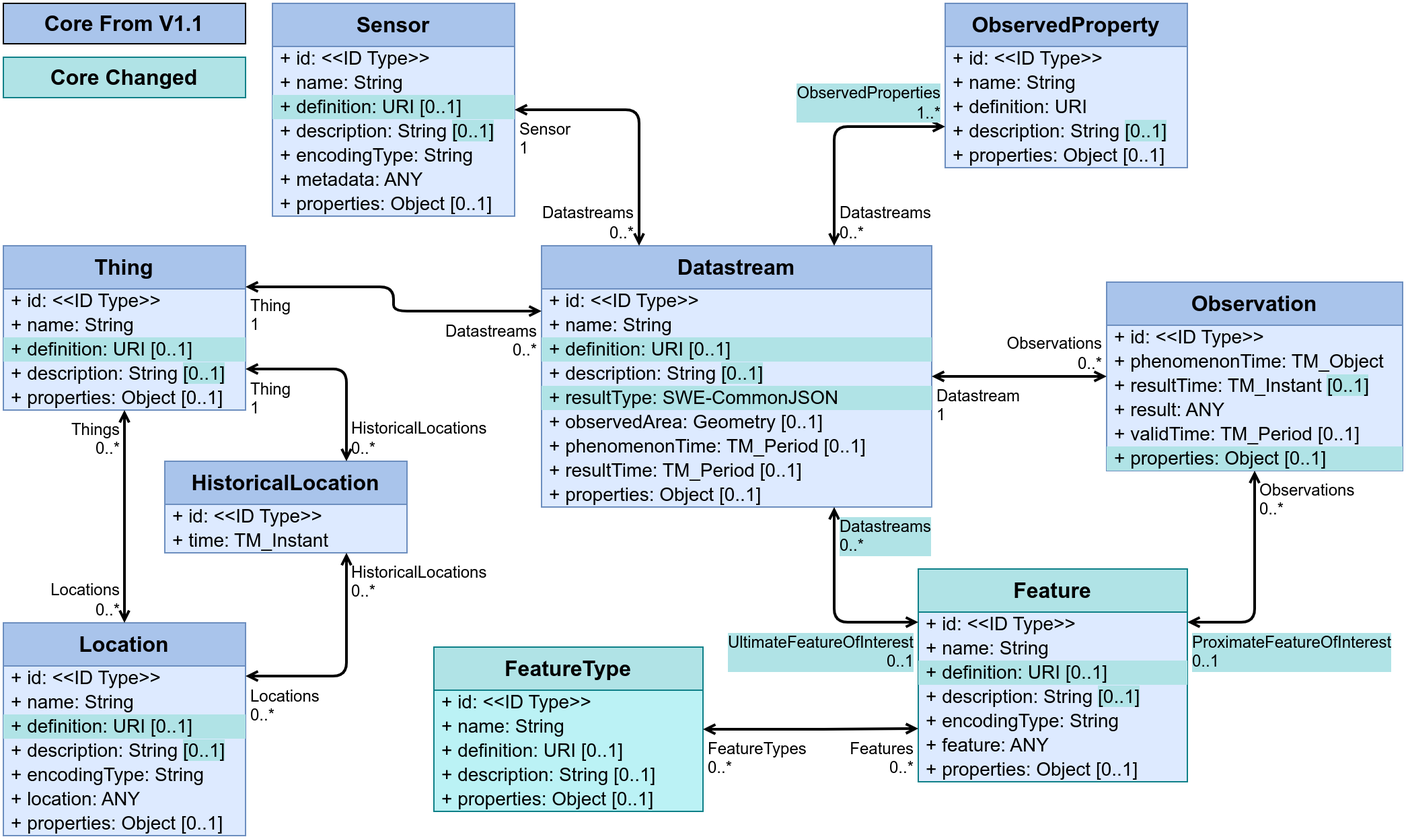
Earlier version of the draw.io export figures/Datamodel-SensorThingsApi-V2-Core-changed.drawio.png (opengeospatial/sensorthings). Source tidied: cells renumbered, new cells last; positions are measured from the earlier drawing's top-left corner, leaving out a move shared by most shapes.
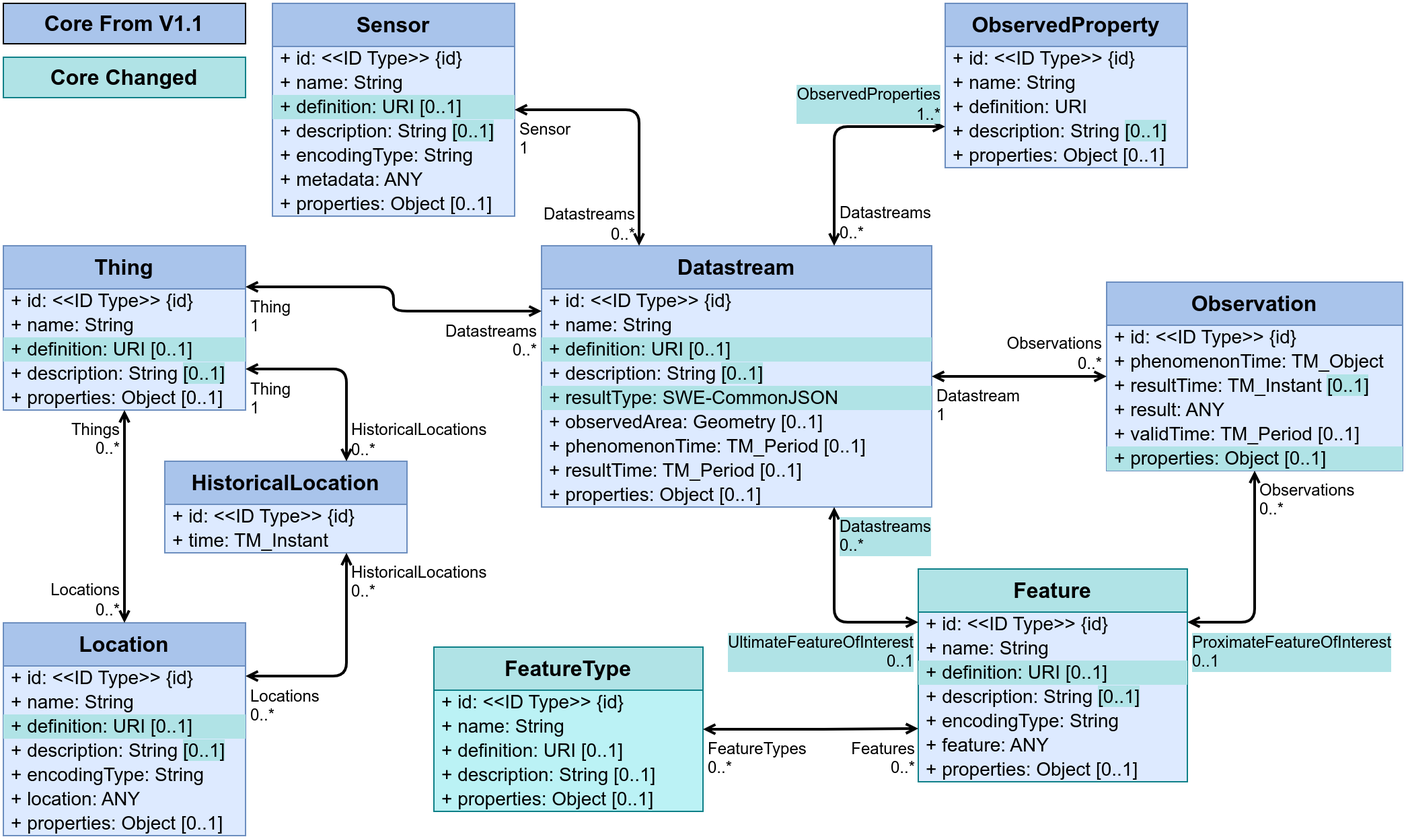
After the commit.

Commit message:
Updated images with UML {id} annotation

The edit, as a diff of the source:
```diff
@@ -5,7 +5,7 @@
     <mxCell id="2" value="Datastream" style="swimlane;fontStyle=1;horizontal=1;startSize=32;fontSize=16;whiteSpace=wrap;html=1;fillColor=#A9C4EB;strokeColor=#6c8ebf;swimlaneFillColor=#DDEAFF;verticalAlign=top;" parent="1" vertex="1">
       <mxGeometry x="400" y="180" width="290" height="194" as="geometry" />
     </mxCell>
-    <mxCell id="3" value="+&amp;nbsp;id: &amp;lt;&amp;lt;ID Type&amp;gt;&amp;gt;" style="text;strokeColor=none;fillColor=none;align=left;verticalAlign=middle;spacingLeft=4;spacingRight=4;overflow=visible;html=1;fontSize=14;" parent="2" vertex="1">
+    <mxCell id="3" value="+&amp;nbsp;id: &amp;lt;&amp;lt;ID Type&amp;gt;&amp;gt;&amp;nbsp;{id}" style="text;strokeColor=none;fillColor=none;align=left;verticalAlign=middle;spacingLeft=4;spacingRight=4;overflow=visible;html=1;fontSize=14;" parent="2" vertex="1">
       <mxGeometry y="32" width="290" height="18" as="geometry" />
     </mxCell>
     <mxCell id="4" value="+ name: String" style="text;strokeColor=none;fillColor=none;align=left;verticalAlign=middle;spacingLeft=4;spacingRight=4;overflow=visible;html=1;fontSize=14;" parent="2" vertex="1">
@@ -35,7 +35,7 @@
     <mxCell id="12" value="Feature" style="swimlane;fontStyle=1;horizontal=1;startSize=32;fontSize=16;whiteSpace=wrap;html=1;fillColor=#b0e3e6;strokeColor=#0e8088;swimlaneFillColor=#DDEAFF;verticalAlign=top;" parent="1" vertex="1">
       <mxGeometry x="680" y="420" width="200" height="158" as="geometry" />
     </mxCell>
-    <mxCell id="13" value="+&amp;nbsp;id: &amp;lt;&amp;lt;ID Type&amp;gt;&amp;gt;" style="text;strokeColor=none;fillColor=none;align=left;verticalAlign=middle;spacingLeft=4;spacingRight=4;overflow=visible;html=1;fontSize=14;" parent="12" vertex="1">
+    <mxCell id="13" value="+&amp;nbsp;id: &amp;lt;&amp;lt;ID Type&amp;gt;&amp;gt;&amp;nbsp;{id}" style="text;strokeColor=none;fillColor=none;align=left;verticalAlign=middle;spacingLeft=4;spacingRight=4;overflow=visible;html=1;fontSize=14;" parent="12" vertex="1">
       <mxGeometry y="32" width="200" height="18" as="geometry" />
     </mxCell>
     <mxCell id="14" value="+ name: String" style="text;strokeColor=none;fillColor=none;align=left;verticalAlign=middle;spacingLeft=4;spacingRight=4;overflow=visible;html=1;fontSize=14;" parent="12" vertex="1">
@@ -68,7 +68,7 @@
     <mxCell id="23" value="FeatureType" style="swimlane;fontStyle=1;horizontal=1;startSize=32;fontSize=16;whiteSpace=wrap;html=1;fillColor=#b0e3e6;strokeColor=#0e8088;swimlaneFillColor=#BBF2F5;verticalAlign=top;" parent="1" vertex="1">
       <mxGeometry x="320" y="478" width="200" height="122" as="geometry" />
     </mxCell>
-    <mxCell id="24" value="+&amp;nbsp;id: &amp;lt;&amp;lt;ID Type&amp;gt;&amp;gt;" style="text;strokeColor=none;fillColor=none;align=left;verticalAlign=middle;spacingLeft=4;spacingRight=4;overflow=visible;html=1;fontSize=14;" parent="23" vertex="1">
+    <mxCell id="24" value="+&amp;nbsp;id: &amp;lt;&amp;lt;ID Type&amp;gt;&amp;gt;&amp;nbsp;{id}" style="text;strokeColor=none;fillColor=none;align=left;verticalAlign=middle;spacingLeft=4;spacingRight=4;overflow=visible;html=1;fontSize=14;" parent="23" vertex="1">
       <mxGeometry y="32" width="200" height="18" as="geometry" />
     </mxCell>
     <mxCell id="25" value="+ name: String" style="text;strokeColor=none;fillColor=none;align=left;verticalAlign=middle;spacingLeft=4;spacingRight=4;overflow=visible;html=1;fontSize=14;" parent="23" vertex="1">
@@ -95,7 +95,7 @@
     <mxCell id="32" value="HistoricalLocation" style="swimlane;fontStyle=1;horizontal=1;startSize=32;fontSize=16;whiteSpace=wrap;html=1;fillColor=#A9C4EB;strokeColor=#6c8ebf;swimlaneFillColor=#DDEAFF;verticalAlign=top;" parent="1" vertex="1">
       <mxGeometry x="120" y="340" width="180" height="68" as="geometry" />
     </mxCell>
-    <mxCell id="33" value="+&amp;nbsp;id: &amp;lt;&amp;lt;ID Type&amp;gt;&amp;gt;" style="text;strokeColor=none;fillColor=none;align=left;verticalAlign=middle;spacingLeft=4;spacingRight=4;overflow=visible;html=1;fontSize=14;" parent="32" vertex="1">
+    <mxCell id="33" value="+&amp;nbsp;id: &amp;lt;&amp;lt;ID Type&amp;gt;&amp;gt;&amp;nbsp;{id}" style="text;strokeColor=none;fillColor=none;align=left;verticalAlign=middle;spacingLeft=4;spacingRight=4;overflow=visible;html=1;fontSize=14;" parent="32" vertex="1">
       <mxGeometry y="32" width="180" height="18" as="geometry" />
     </mxCell>
     <mxCell id="34" value="+ time: TM_Instant" style="text;strokeColor=none;fillColor=none;align=left;verticalAlign=middle;spacingLeft=4;spacingRight=4;overflow=visible;html=1;fontSize=14;" parent="32" vertex="1">
@@ -104,7 +104,7 @@
     <mxCell id="35" value="Location" style="swimlane;fontStyle=1;horizontal=1;startSize=32;fontSize=16;whiteSpace=wrap;html=1;fillColor=#A9C4EB;strokeColor=#6c8ebf;swimlaneFillColor=#DDEAFF;verticalAlign=top;" parent="1" vertex="1">
       <mxGeometry y="460" width="180" height="158" as="geometry" />
     </mxCell>
-    <mxCell id="36" value="+&amp;nbsp;id: &amp;lt;&amp;lt;ID Type&amp;gt;&amp;gt;" style="text;strokeColor=none;fillColor=none;align=left;verticalAlign=middle;spacingLeft=4;spacingRight=4;overflow=visible;html=1;fontSize=14;" parent="35" vertex="1">
+    <mxCell id="36" value="+&amp;nbsp;id: &amp;lt;&amp;lt;ID Type&amp;gt;&amp;gt;&amp;nbsp;{id}" style="text;strokeColor=none;fillColor=none;align=left;verticalAlign=middle;spacingLeft=4;spacingRight=4;overflow=visible;html=1;fontSize=14;" parent="35" vertex="1">
       <mxGeometry y="32" width="180" height="18" as="geometry" />
     </mxCell>
     <mxCell id="37" value="+ name: String" style="text;strokeColor=none;fillColor=none;align=left;verticalAlign=middle;spacingLeft=4;spacingRight=4;overflow=visible;html=1;fontSize=14;" parent="35" vertex="1">
@@ -137,7 +137,7 @@
     <mxCell id="46" value="Observation" style="swimlane;fontStyle=1;horizontal=1;startSize=32;fontSize=16;whiteSpace=wrap;html=1;fillColor=#A9C4EB;strokeColor=#6c8ebf;swimlaneFillColor=#DDEAFF;verticalAlign=top;" parent="1" vertex="1">
       <mxGeometry x="820" y="207" width="220" height="140" as="geometry" />
     </mxCell>
-    <mxCell id="47" value="+&amp;nbsp;id: &amp;lt;&amp;lt;ID Type&amp;gt;&amp;gt;" style="text;strokeColor=none;fillColor=none;align=left;verticalAlign=middle;spacingLeft=4;spacingRight=4;overflow=visible;html=1;fontSize=14;" parent="46" vertex="1">
+    <mxCell id="47" value="+&amp;nbsp;id: &amp;lt;&amp;lt;ID Type&amp;gt;&amp;gt;&amp;nbsp;{id}" style="text;strokeColor=none;fillColor=none;align=left;verticalAlign=middle;spacingLeft=4;spacingRight=4;overflow=visible;html=1;fontSize=14;" parent="46" vertex="1">
       <mxGeometry y="32" width="220" height="18" as="geometry" />
     </mxCell>
     <mxCell id="48" value="+&amp;nbsp;phenomenonTime: TM_Object" style="text;strokeColor=none;fillColor=none;align=left;verticalAlign=middle;spacingLeft=4;spacingRight=4;overflow=visible;html=1;fontSize=14;" parent="46" vertex="1">
@@ -176,7 +176,7 @@
     <mxCell id="59" value="ObservedProperty" style="swimlane;fontStyle=1;horizontal=1;startSize=32;fontSize=16;whiteSpace=wrap;html=1;fillColor=#A9C4EB;strokeColor=#6c8ebf;swimlaneFillColor=#DDEAFF;verticalAlign=top;" parent="1" vertex="1">
       <mxGeometry x="700" width="180" height="122" as="geometry" />
     </mxCell>
-    <mxCell id="60" value="+&amp;nbsp;id: &amp;lt;&amp;lt;ID Type&amp;gt;&amp;gt;" style="text;strokeColor=none;fillColor=none;align=left;verticalAlign=middle;spacingLeft=4;spacingRight=4;overflow=visible;html=1;fontSize=14;" parent="59" vertex="1">
+    <mxCell id="60" value="+&amp;nbsp;id: &amp;lt;&amp;lt;ID Type&amp;gt;&amp;gt;&amp;nbsp;{id}" style="text;strokeColor=none;fillColor=none;align=left;verticalAlign=middle;spacingLeft=4;spacingRight=4;overflow=visible;html=1;fontSize=14;" parent="59" vertex="1">
       <mxGeometry y="32" width="180" height="18" as="geometry" />
     </mxCell>
     <mxCell id="61" value="+ name: String" style="text;strokeColor=none;fillColor=none;align=left;verticalAlign=middle;spacingLeft=4;spacingRight=4;overflow=visible;html=1;fontSize=14;" parent="59" vertex="1">
@@ -203,7 +203,7 @@
     <mxCell id="68" value="Sensor" style="swimlane;fontStyle=1;horizontal=1;startSize=32;fontSize=16;whiteSpace=wrap;html=1;fillColor=#A9C4EB;strokeColor=#6c8ebf;swimlaneFillColor=#DDEAFF;verticalAlign=top;" parent="1" vertex="1">
       <mxGeometry x="200" width="180" height="158" as="geometry" />
     </mxCell>
-    <mxCell id="69" value="+&amp;nbsp;id: &amp;lt;&amp;lt;ID Type&amp;gt;&amp;gt;" style="text;strokeColor=none;fillColor=none;align=left;verticalAlign=middle;spacingLeft=4;spacingRight=4;overflow=visible;html=1;fontSize=14;" parent="68" vertex="1">
+    <mxCell id="69" value="+&amp;nbsp;id: &amp;lt;&amp;lt;ID Type&amp;gt;&amp;gt;&amp;nbsp;{id}" style="text;strokeColor=none;fillColor=none;align=left;verticalAlign=middle;spacingLeft=4;spacingRight=4;overflow=visible;html=1;fontSize=14;" parent="68" vertex="1">
       <mxGeometry y="32" width="180" height="18" as="geometry" />
     </mxCell>
     <mxCell id="70" value="+ name: String" style="text;strokeColor=none;fillColor=none;align=left;verticalAlign=middle;spacingLeft=4;spacingRight=4;overflow=visible;html=1;fontSize=14;" parent="68" vertex="1">
@@ -236,7 +236,7 @@
     <mxCell id="79" value="Thing" style="swimlane;fontStyle=1;horizontal=1;startSize=32;fontSize=16;whiteSpace=wrap;html=1;fillColor=#A9C4EB;strokeColor=#6c8ebf;swimlaneFillColor=#DDEAFF;verticalAlign=top;" parent="1" vertex="1">
       <mxGeometry y="180" width="180" height="122" as="geometry" />
     </mxCell>
-    <mxCell id="80" value="+&amp;nbsp;id: &amp;lt;&amp;lt;ID Type&amp;gt;&amp;gt;" style="text;strokeColor=none;fillColor=none;align=left;verticalAlign=middle;spacingLeft=4;spacingRight=4;overflow=visible;html=1;fontSize=14;" parent="79" vertex="1">
+    <mxCell id="80" value="+&amp;nbsp;id: &amp;lt;&amp;lt;ID Type&amp;gt;&amp;gt;&amp;nbsp;{id}" style="text;strokeColor=none;fillColor=none;align=left;verticalAlign=middle;spacingLeft=4;spacingRight=4;overflow=visible;html=1;fontSize=14;" parent="79" vertex="1">
       <mxGeometry y="32" width="180" height="18" as="geometry" />
     </mxCell>
     <mxCell id="81" value="+ name: String" style="text;strokeColor=none;fillColor=none;align=left;verticalAlign=middle;spacingLeft=4;spacingRight=4;overflow=visible;html=1;fontSize=14;" parent="79" vertex="1">
```
